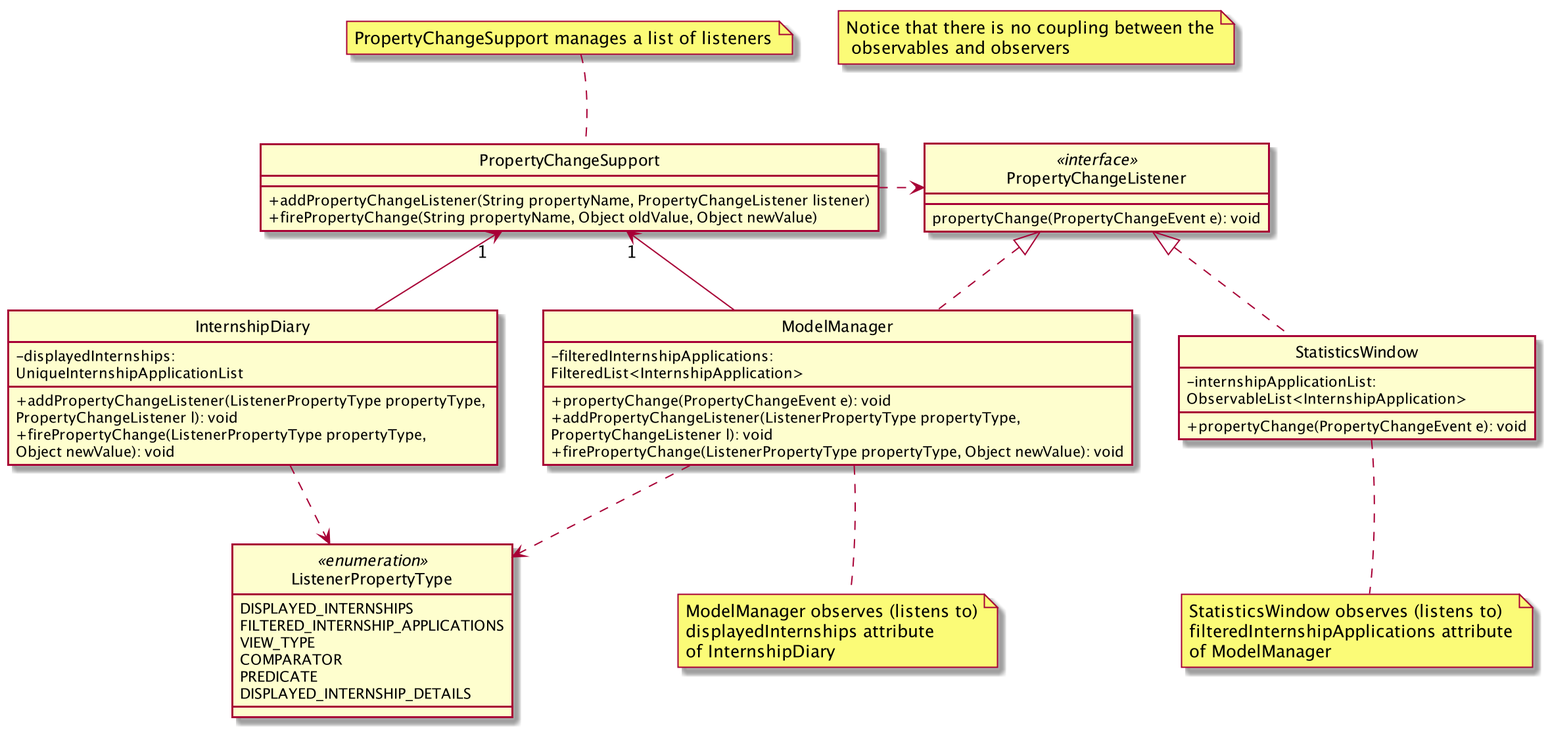
Above: images/InternshipDiaryAndModelManagerPropertyChangeEnumClassDiagram.png in AY1920S2-CS2103T-F10-2/main (PlantUML), before the change.
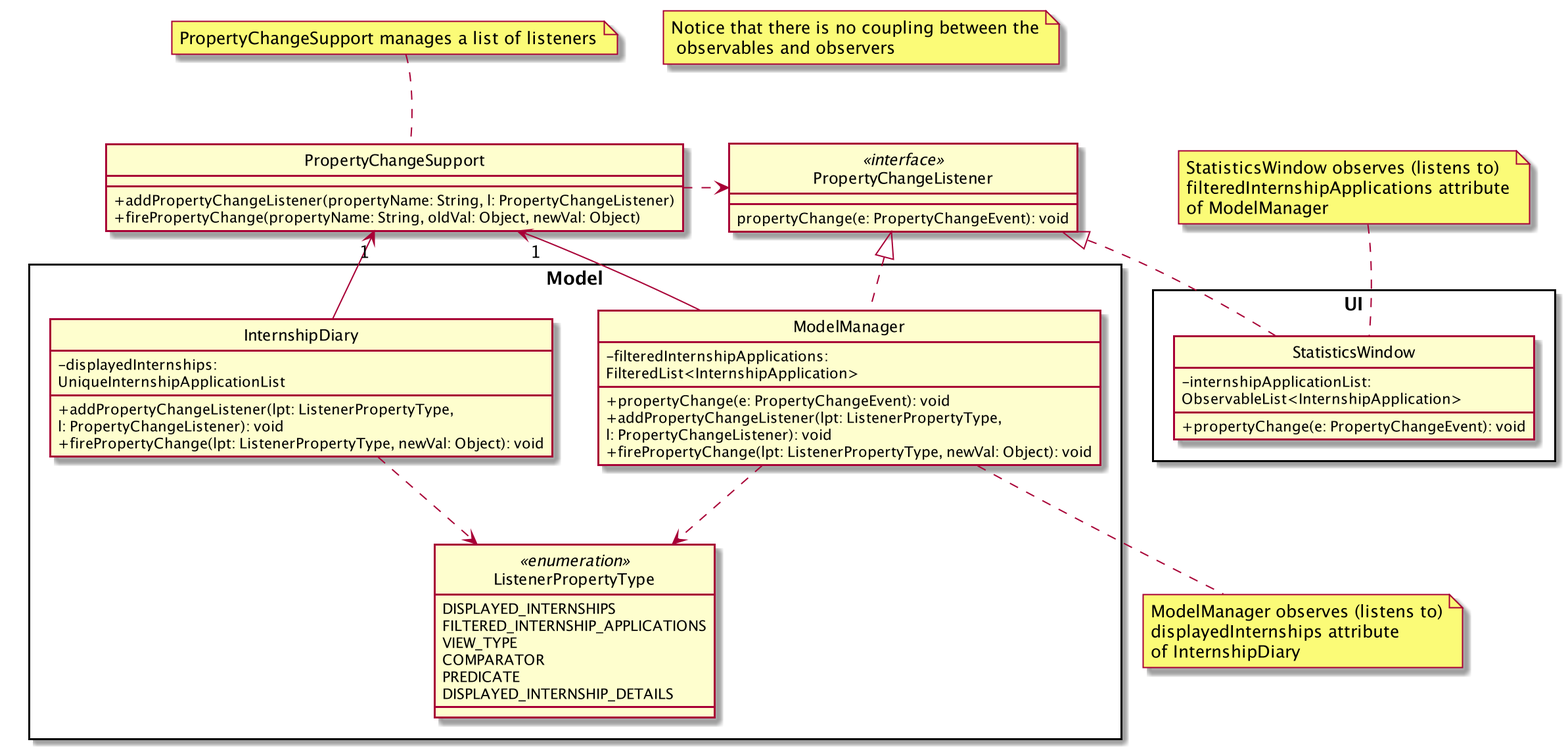
Above is the later version.

Diff of the diagram source:
```diff
@@ -3,46 +3,56 @@
 hide circle
 skinparam classAttributeIconSize 0
 
+package Model <<Rectangle>> {
+    class InternshipDiary
+    class ModelManager
+    enum ListenerPropertyType
+}
+
+package UI <<Rectangle>> {
+    class StatisticsWindow
+}
 
 note "PropertyChangeSupport manages a list of listeners" as manageListeners
 PropertyChangeSupport .up[hidden]. manageListeners
 PropertyChangeSupport .up. manageListeners
 
 note "ModelManager observes (listens to)\ndisplayedInternships attribute\nof InternshipDiary" as modelManagerObserves
+modelManagerObserves .up. ModelManager
 modelManagerObserves .up[hidden]. ModelManager
-modelManagerObserves .up. ModelManager
+
 
 note "StatisticsWindow observes (listens to)\nfilteredInternshipApplications attribute\nof ModelManager" as statisticsWindowObserves
-statisticsWindowObserves .up[hidden]. StatisticsWindow
-statisticsWindowObserves .up. StatisticsWindow
+statisticsWindowObserves .down[hidden]. StatisticsWindow
+statisticsWindowObserves .down. StatisticsWindow
 
 note "Notice that there is no coupling between the\n observables and observers" as N1
 
 Class InternshipDiary {
     - displayedInternships: \nUniqueInternshipApplicationList
-    + addPropertyChangeListener(ListenerPropertyType propertyType, \nPropertyChangeListener l): void
-    + firePropertyChange(ListenerPropertyType propertyType, \nObject newValue): void
+    + addPropertyChangeListener(lpt: ListenerPropertyType, \nl: PropertyChangeListener): void
+    + firePropertyChange(lpt: ListenerPropertyType, newVal: Object): void
 }
 
 Class ModelManager implements PropertyChangeListener {
     - filteredInternshipApplications: \nFilteredList<InternshipApplication>
-    + propertyChange(PropertyChangeEvent e): void
-    + addPropertyChangeListener(ListenerPropertyType propertyType, \nPropertyChangeListener l): void
-    + firePropertyChange(ListenerPropertyType propertyType, Object newValue): void
+    + propertyChange(e: PropertyChangeEvent): void
+    + addPropertyChangeListener(lpt: ListenerPropertyType, \nl: PropertyChangeListener): void
+    + firePropertyChange(lpt: ListenerPropertyType, newVal: Object): void
 }
 
 Class StatisticsWindow implements PropertyChangeListener {
     - internshipApplicationList: \nObservableList<InternshipApplication>
-    + propertyChange(PropertyChangeEvent e): void
+    + propertyChange(e: PropertyChangeEvent): void
 }
 
 class PropertyChangeListener <<interface>> {
-    propertyChange(PropertyChangeEvent e): void
+    propertyChange(e: PropertyChangeEvent): void
 }
 
 class PropertyChangeSupport {
-    + addPropertyChangeListener(String propertyName, PropertyChangeListener listener)
-    + firePropertyChange(String propertyName, Object oldValue, Object newValue)
+    + addPropertyChangeListener(propertyName: String, l: PropertyChangeListener)
+    + firePropertyChange(propertyName: String, oldVal: Object, newVal: Object)
 }
 
 InternshipDiary -up-> "1" PropertyChangeSupport
```
